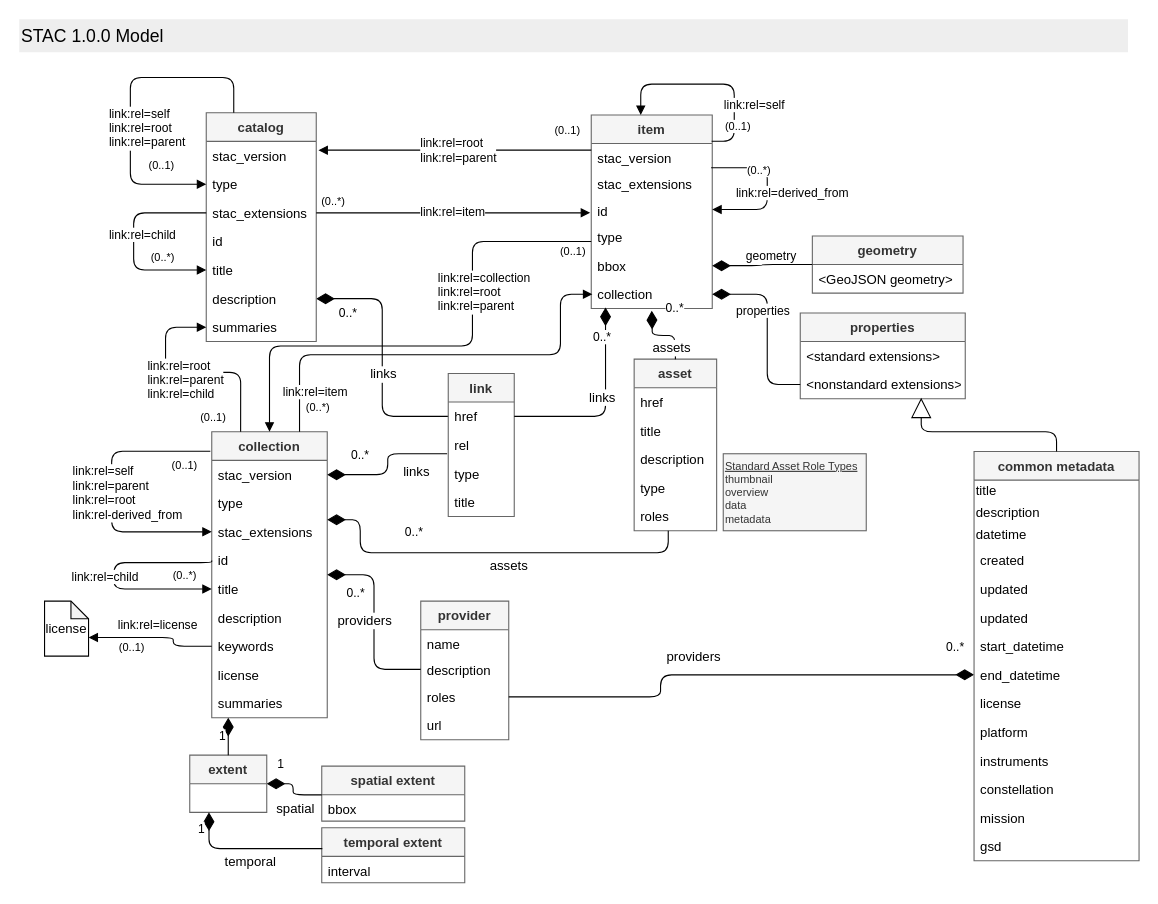
radiantearth/stac-api-spec keeps this draw.io diagram as STAC-UML.drawio. Above is the earlier version. Source tidied: cells renumbered, new cells numbered last; positions are measured from the earlier drawing's top-left corner, leaving out a move shared by most shapes. Both pictures are drawn from the tidied source at 110%, with x=0, y=0 at pixel (19, 19).
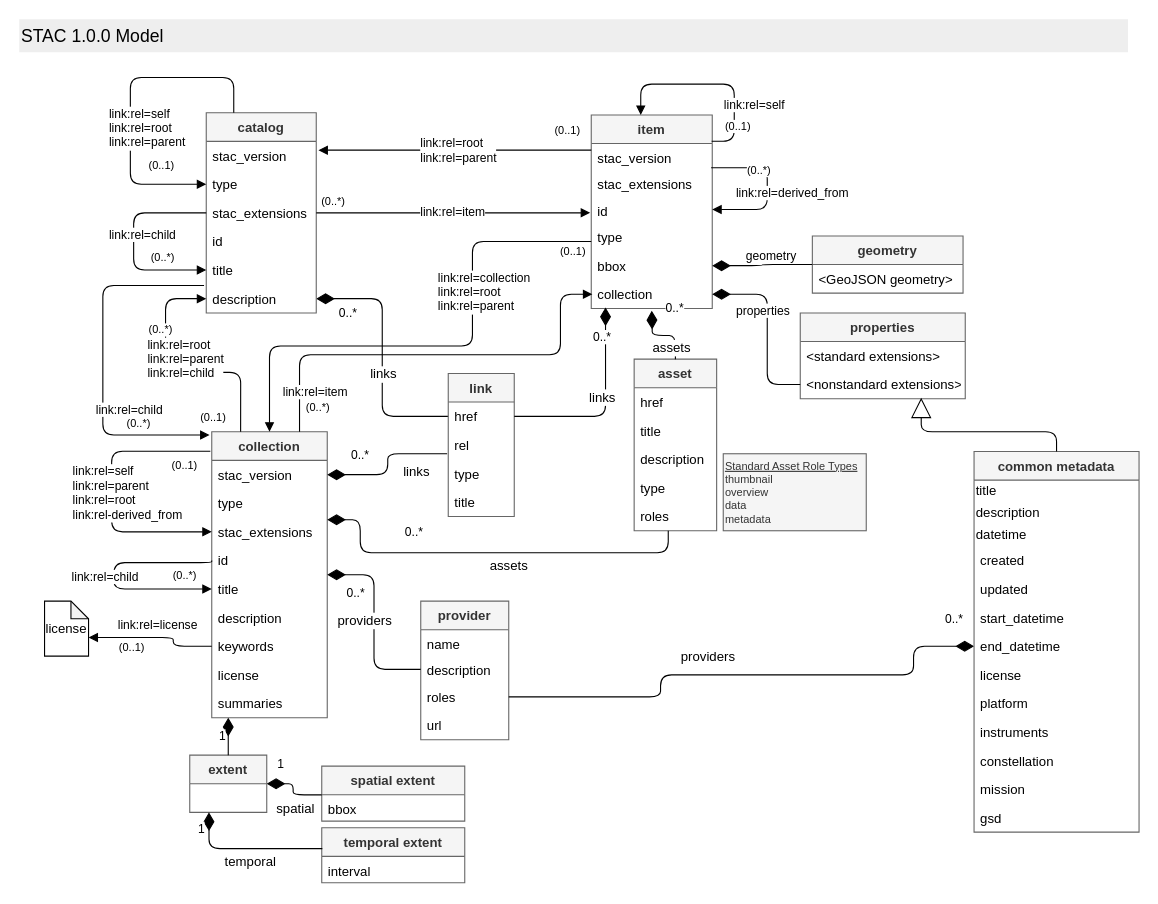
The same page after the edit.

Unchanged cells that the change refers to:
```xml
<mxCell id="10" value="description" style="text;strokeColor=none;fillColor=none;align=left;verticalAlign=top;spacingLeft=4;spacingRight=4;overflow=hidden;points=[[0,0.5],[1,0.5]];portConstraint=eastwest;" parent="4" vertex="1">
  <mxGeometry y="156" width="100" height="26" as="geometry" />
</mxCell>
<mxCell id="27" value="collection" style="swimlane;fontStyle=1;horizontal=1;startSize=26;fillColor=#f5f5f5;strokeColor=#666666;fontColor=#333333;" parent="1" vertex="1">
  <mxGeometry x="175" y="375" width="105" height="260" as="geometry" />
</mxCell>
<mxCell id="75" value="roles" style="text;strokeColor=none;fillColor=none;align=left;verticalAlign=top;spacingLeft=4;spacingRight=4;overflow=hidden;points=[[0,0.5],[1,0.5]];portConstraint=eastwest;" parent="72" vertex="1">
  <mxGeometry y="74" width="80" height="26" as="geometry" />
</mxCell>
```

Change to the diagram source:
```diff
@@
     <mxCell id="4" value="catalog" style="swimlane;fontStyle=1;horizontal=1;startSize=26;fillColor=#f5f5f5;strokeColor=#666666;fontColor=#333333;" parent="1" vertex="1">
-      <mxGeometry x="170" y="85" width="100" height="208" as="geometry" />
+      <mxGeometry x="170" y="85" width="100" height="182" as="geometry" />
     </mxCell>
@@
-    <mxCell id="15" value="summaries" style="text;strokeColor=none;fillColor=none;align=left;verticalAlign=top;spacingLeft=4;spacingRight=4;overflow=hidden;points=[[0,0.5],[1,0.5]];portConstraint=eastwest;" parent="4" vertex="1">
-      <mxGeometry y="182" width="100" height="26" as="geometry" />
-    </mxCell>
@@
     <mxCell id="79" value="0..*" style="endArrow=none;html=1;endSize=12;startArrow=diamondThin;startSize=14;startFill=1;edgeStyle=orthogonalEdgeStyle;align=left;verticalAlign=bottom;endFill=0;exitX=0;exitY=0.5;exitDx=0;exitDy=0;entryX=1;entryY=0.5;entryDx=0;entryDy=0;" parent="1" edge="1" source="89" target="75">
       <mxGeometry x="-0.88" y="-16" relative="1" as="geometry">
         <Array as="points">
+          <mxPoint x="813" y="570" />
+          <mxPoint x="813" y="596" />
           <mxPoint x="583" y="596" />
           <mxPoint x="583" y="616" />
         </Array>
       </mxGeometry>
     </mxCell>
@@
     <mxCell id="81" value="common metadata" style="swimlane;fontStyle=1;horizontal=1;startSize=26;fillColor=#f5f5f5;strokeColor=#666666;fontColor=#333333;spacing=2;" parent="1" vertex="1">
-      <mxGeometry x="868" y="393" width="150" height="372" as="geometry" />
+      <mxGeometry x="868" y="393" width="150" height="346" as="geometry" />
     </mxCell>
@@
-    <mxCell id="86" value="updated" style="text;strokeColor=none;fillColor=none;align=left;verticalAlign=top;spacingLeft=4;spacingRight=4;overflow=hidden;" parent="81" vertex="1">
-      <mxGeometry y="112" width="150" height="26" as="geometry" />
-    </mxCell>
     <mxCell id="87" value="updated" style="text;strokeColor=none;fillColor=none;align=left;verticalAlign=top;spacingLeft=4;spacingRight=4;overflow=hidden;" parent="81" vertex="1">
-      <mxGeometry y="138" width="150" height="26" as="geometry" />
+      <mxGeometry y="112" width="150" height="26" as="geometry" />
     </mxCell>
     <mxCell id="88" value="start_datetime" style="text;strokeColor=none;fillColor=none;align=left;verticalAlign=top;spacingLeft=4;spacingRight=4;overflow=hidden;" parent="81" vertex="1">
-      <mxGeometry y="164" width="150" height="26" as="geometry" />
+      <mxGeometry y="138" width="150" height="26" as="geometry" />
     </mxCell>
     <mxCell id="89" value="end_datetime" style="text;strokeColor=none;fillColor=none;align=left;verticalAlign=top;spacingLeft=4;spacingRight=4;overflow=hidden;points=[[0,0.5],[1,0.5]];portConstraint=eastwest;spacing=2;" parent="81" vertex="1">
-      <mxGeometry y="190" width="150" height="26" as="geometry" />
+      <mxGeometry y="164" width="150" height="26" as="geometry" />
     </mxCell>
     <mxCell id="90" value="license" style="text;strokeColor=none;fillColor=none;align=left;verticalAlign=top;spacingLeft=4;spacingRight=4;overflow=hidden;" parent="81" vertex="1">
-      <mxGeometry y="216" width="150" height="26" as="geometry" />
+      <mxGeometry y="190" width="150" height="26" as="geometry" />
     </mxCell>
     <mxCell id="91" value="platform" style="text;strokeColor=none;fillColor=none;align=left;verticalAlign=top;spacingLeft=4;spacingRight=4;overflow=hidden;" parent="81" vertex="1">
-      <mxGeometry y="242" width="150" height="26" as="geometry" />
+      <mxGeometry y="216" width="150" height="26" as="geometry" />
     </mxCell>
     <mxCell id="92" value="instruments" style="text;strokeColor=none;fillColor=none;align=left;verticalAlign=top;spacingLeft=4;spacingRight=4;overflow=hidden;" parent="81" vertex="1">
-      <mxGeometry y="268" width="150" height="26" as="geometry" />
+      <mxGeometry y="242" width="150" height="26" as="geometry" />
     </mxCell>
     <mxCell id="93" value="constellation" style="text;strokeColor=none;fillColor=none;align=left;verticalAlign=top;spacingLeft=4;spacingRight=4;overflow=hidden;" parent="81" vertex="1">
-      <mxGeometry y="294" width="150" height="26" as="geometry" />
+      <mxGeometry y="268" width="150" height="26" as="geometry" />
     </mxCell>
     <mxCell id="94" value="mission" style="text;strokeColor=none;fillColor=none;align=left;verticalAlign=top;spacingLeft=4;spacingRight=4;overflow=hidden;" parent="81" vertex="1">
-      <mxGeometry y="320" width="150" height="26" as="geometry" />
+      <mxGeometry y="294" width="150" height="26" as="geometry" />
     </mxCell>
     <mxCell id="95" value="gsd" style="text;strokeColor=none;fillColor=none;align=left;verticalAlign=top;spacingLeft=4;spacingRight=4;overflow=hidden;" parent="81" vertex="1">
-      <mxGeometry y="346" width="150" height="26" as="geometry" />
+      <mxGeometry y="320" width="150" height="26" as="geometry" />
     </mxCell>
@@
-    <mxCell id="113" value="link:rel=root&lt;br&gt;link:rel=parent&lt;br&gt;link:rel=child" style="endArrow=block;endFill=1;html=1;edgeStyle=orthogonalEdgeStyle;align=left;verticalAlign=top;exitX=0.25;exitY=0;exitDx=0;exitDy=0;entryX=0;entryY=0.5;entryDx=0;entryDy=0;" parent="1" edge="1" source="27" target="15">
+    <mxCell id="113" value="link:rel=root&lt;br&gt;link:rel=parent&lt;br&gt;link:rel=child" style="endArrow=block;endFill=1;html=1;edgeStyle=orthogonalEdgeStyle;align=left;verticalAlign=top;exitX=0.25;exitY=0;exitDx=0;exitDy=0;entryX=0;entryY=0.5;entryDx=0;entryDy=0;" parent="1" edge="1" source="27" target="10">
       <mxGeometry x="0.41" y="18" relative="1" as="geometry">
         <Array as="points">
           <mxPoint x="201" y="321" />
           <mxPoint x="133" y="321" />
-          <mxPoint x="133" y="280" />
+          <mxPoint x="133" y="254" />
         </Array>
       </mxGeometry>
     </mxCell>
@@
+    <mxCell id="117" value="link:rel=child" style="endArrow=block;endFill=1;html=1;edgeStyle=orthogonalEdgeStyle;align=left;verticalAlign=top;exitX=-0.02;exitY=0.038;exitDx=0;exitDy=0;exitPerimeter=0;" parent="1" edge="1" source="10">
+      <mxGeometry x="0.18" y="-8" relative="1" as="geometry">
+        <mxPoint x="173" y="378" as="targetPoint" />
+        <Array as="points">
+          <mxPoint x="76" y="242" />
+          <mxPoint x="76" y="378" />
+        </Array>
+      </mxGeometry>
+    </mxCell>
+    <mxCell id="118" value="(0..*)" style="html=1;align=left;verticalAlign=bottom;labelBackgroundColor=#ffffff;fontSize=10;" parent="117" vertex="1">
+      <mxGeometry x="-1" relative="1" as="geometry">
+        <mxPoint x="-52" y="48" as="offset" />
+      </mxGeometry>
+    </mxCell>
+    <mxCell id="119" value="(0..*)" style="html=1;align=left;verticalAlign=bottom;labelBackgroundColor=#ffffff;fontSize=10;" parent="1" vertex="1">
+      <mxGeometry x="96" y="375" as="geometry" />
+    </mxCell>
```
